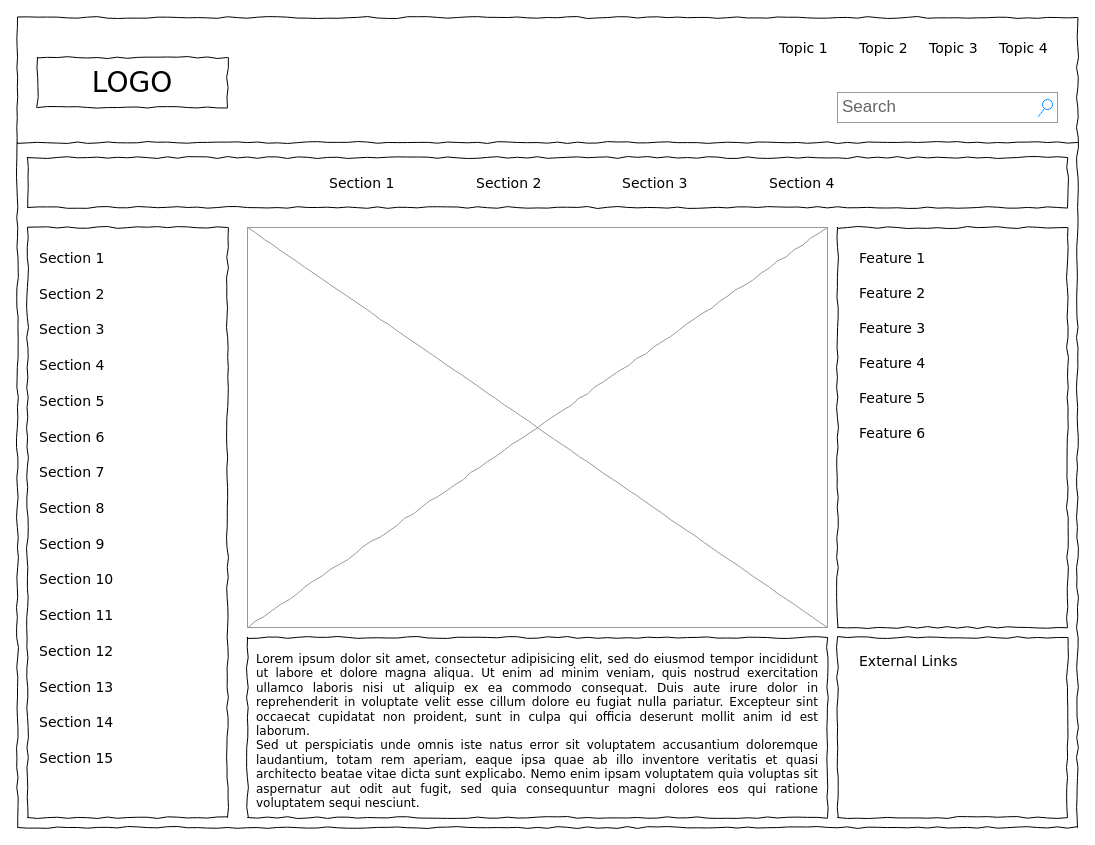
This is dist/homie.drawio from csconsultores/webpack, a draw.io file, before an edit. Source tidied: cells renumbered, new cells numbered last; positions are measured from the earlier drawing's top-left corner, leaving out a move shared by most shapes. Both pictures are drawn from the tidied source at 100%, with x=0, y=0 at pixel (17, 17).
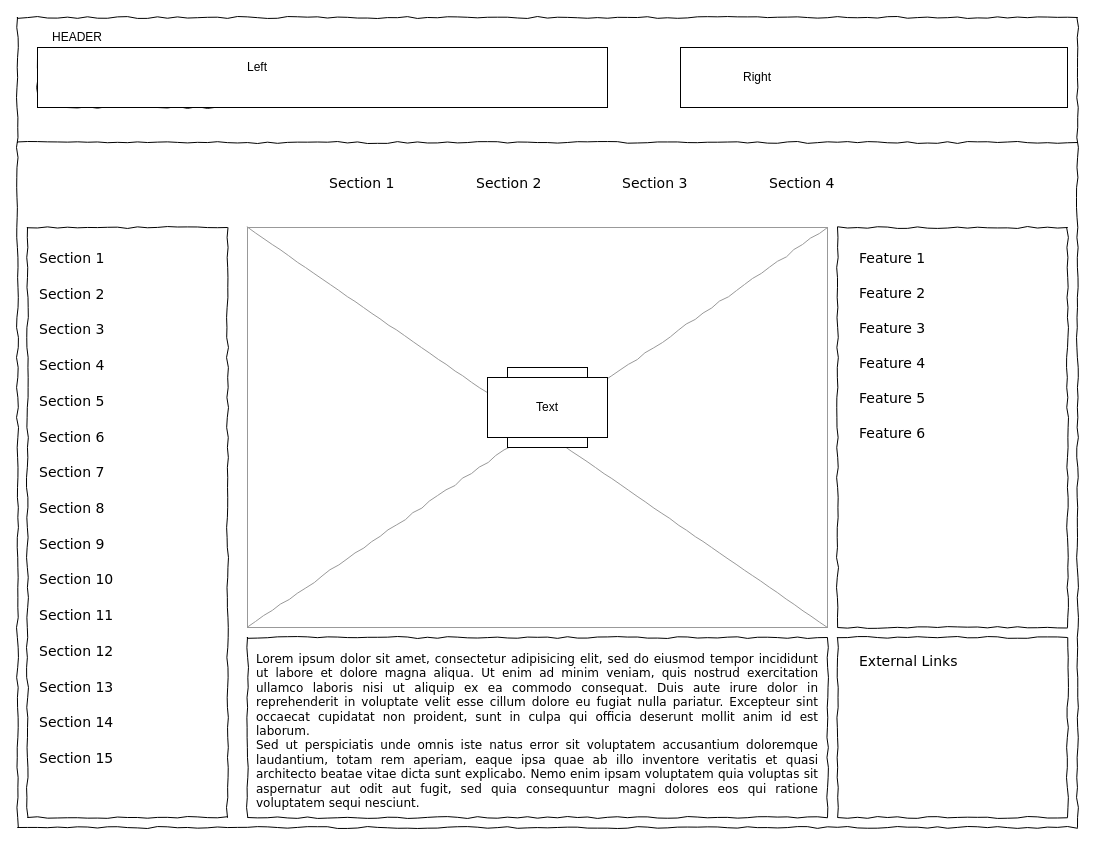
Above is the later version.

What changed in the source:
```diff
@@
-    <mxCell id="2" style="whiteSpace=wrap;html=1;rounded=0;shadow=0;labelBackgroundColor=none;strokeColor=#000000;strokeWidth=1;fillColor=none;fontFamily=Verdana;fontSize=12;fontColor=#000000;align=center;comic=1;" parent="1" vertex="1">
+    <mxCell id="2" style="whiteSpace=wrap;html=1;rounded=0;shadow=0;labelBackgroundColor=none;strokeWidth=1;fontFamily=Verdana;fontSize=12;align=center;comic=1;" parent="1" vertex="1">
       <mxGeometry width="1060" height="810" as="geometry" />
     </mxCell>
@@
-    <mxCell id="4" value="Search" style="strokeWidth=1;shadow=0;dashed=0;align=center;html=1;shape=mxgraph.mockup.forms.searchBox;strokeColor=#999999;mainText=;strokeColor2=#008cff;fontColor=#666666;fontSize=17;align=left;spacingLeft=3;rounded=0;labelBackgroundColor=none;comic=1;" parent="1" vertex="1">
-      <mxGeometry x="820" y="75" width="220" height="30" as="geometry" />
-    </mxCell>
-    <mxCell id="5" value="Topic 1" style="text;html=1;align=left;verticalAlign=top;spacingTop=-4;fontSize=14;fontFamily=Verdana;" parent="1" vertex="1">
-      <mxGeometry x="760" y="20" width="60" height="20" as="geometry" />
-    </mxCell>
-    <mxCell id="6" value="Topic 2" style="text;html=1;align=left;verticalAlign=top;spacingTop=-4;fontSize=14;fontFamily=Verdana;" parent="1" vertex="1">
-      <mxGeometry x="840" y="20" width="60" height="20" as="geometry" />
-    </mxCell>
-    <mxCell id="7" value="Topic 3" style="text;html=1;align=left;verticalAlign=top;spacingTop=-4;fontSize=14;fontFamily=Verdana;" parent="1" vertex="1">
-      <mxGeometry x="910" y="20" width="60" height="20" as="geometry" />
-    </mxCell>
-    <mxCell id="8" value="Topic 4" style="text;html=1;align=left;verticalAlign=top;spacingTop=-4;fontSize=14;fontFamily=Verdana;" parent="1" vertex="1">
-      <mxGeometry x="980" y="20" width="60" height="20" as="geometry" />
-    </mxCell>
@@
-    <mxCell id="11" style="whiteSpace=wrap;html=1;rounded=0;shadow=0;labelBackgroundColor=none;strokeWidth=1;fillColor=none;fontFamily=Verdana;fontSize=12;align=center;comic=1;" parent="1" vertex="1">
-      <mxGeometry x="10" y="140" width="1040" height="50" as="geometry" />
-    </mxCell>
@@
+    <mxCell id="42" style="whiteSpace=wrap;html=1;" parent="1" vertex="1">
+      <mxGeometry x="490" y="350" width="80" height="80" as="geometry" />
+    </mxCell>
+    <mxCell id="43" style="whiteSpace=wrap;html=1;" parent="1" vertex="1">
+      <mxGeometry x="490" y="350" width="80" height="80" as="geometry" />
+    </mxCell>
+    <mxCell id="44" style="rounded=0;whiteSpace=wrap;html=1;" parent="1" vertex="1">
+      <mxGeometry x="470" y="360" width="120" height="60" as="geometry" />
+    </mxCell>
+    <mxCell id="45" style="rounded=0;whiteSpace=wrap;html=1;" parent="1" vertex="1">
+      <mxGeometry x="470" y="360" width="120" height="60" as="geometry" />
+    </mxCell>
+    <mxCell id="46" style="rounded=0;whiteSpace=wrap;html=1;" parent="1" vertex="1">
+      <mxGeometry x="20" y="30" width="570" height="60" as="geometry" />
+    </mxCell>
+    <mxCell id="47" value="Text" style="text;html=1;strokeColor=none;fillColor=none;align=center;verticalAlign=middle;whiteSpace=wrap;rounded=0;" parent="1" vertex="1">
+      <mxGeometry x="510" y="380" width="40" height="20" as="geometry" />
+    </mxCell>
+    <mxCell id="48" value="Left" style="text;html=1;strokeColor=none;fillColor=none;align=center;verticalAlign=middle;whiteSpace=wrap;rounded=0;" parent="1" vertex="1">
+      <mxGeometry x="220" y="40" width="40" height="20" as="geometry" />
+    </mxCell>
+    <mxCell id="49" style="rounded=0;whiteSpace=wrap;html=1;" parent="1" vertex="1">
+      <mxGeometry x="663" y="30" width="387" height="60" as="geometry" />
+    </mxCell>
+    <mxCell id="50" value="Right" style="text;html=1;strokeColor=none;fillColor=none;align=center;verticalAlign=middle;whiteSpace=wrap;rounded=0;" parent="1" vertex="1">
+      <mxGeometry x="720" y="50" width="40" height="20" as="geometry" />
+    </mxCell>
+    <mxCell id="51" value="HEADER" style="text;html=1;strokeColor=none;fillColor=none;align=center;verticalAlign=middle;whiteSpace=wrap;rounded=0;" parent="1" vertex="1">
+      <mxGeometry x="40" y="10" width="40" height="20" as="geometry" />
+    </mxCell>
```
